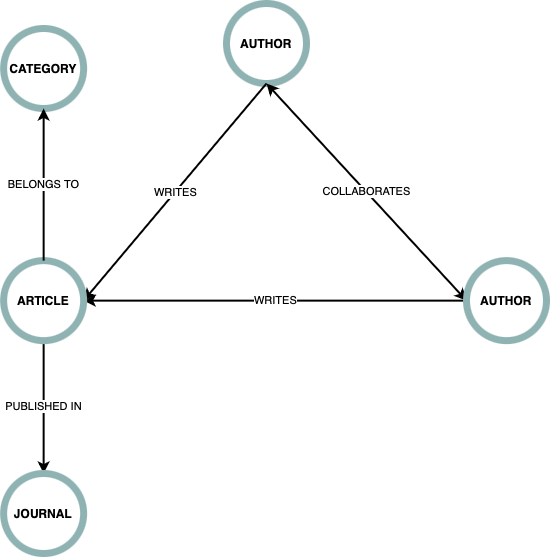
Before: images/graph_db_schema.png, a diagram exported from draw.io (qetdr/research-data-pipeline). Source tidied: cells renumbered, new cells last; positions are measured from the earlier drawing's top-left corner, leaving out a move shared by most shapes. Its diagram source:
```xml
<mxGraphModel background="#FFFFFF">
  <root>
    <mxCell id="0" />
    <mxCell id="1" parent="0" />
    <mxCell id="2" value="&lt;b&gt;AUTHOR&lt;/b&gt;" style="ellipse;whiteSpace=wrap;html=1;strokeColor=#8FB3B3;strokeWidth=7;" parent="1" vertex="1">
      <mxGeometry x="223" width="80" height="80" as="geometry" />
    </mxCell>
    <mxCell id="3" value="WRITES" style="endArrow=classic;html=1;rounded=0;strokeWidth=2;entryX=1;entryY=0.5;entryDx=0;entryDy=0;" parent="1" edge="1" target="8">
      <mxGeometry relative="1" as="geometry">
        <mxPoint x="263" y="80" as="sourcePoint" />
      </mxGeometry>
    </mxCell>
    <mxCell id="4" value="COLLABORATES" style="endArrow=classic;startArrow=classic;html=1;rounded=0;entryX=0.5;entryY=1;entryDx=0;entryDy=0;exitX=0;exitY=0.5;exitDx=0;exitDy=0;strokeWidth=2;" parent="1" edge="1" source="7" target="2">
      <mxGeometry relative="1" as="geometry" />
    </mxCell>
    <mxCell id="5" value="WRITES" style="endArrow=classic;html=1;rounded=0;exitX=0;exitY=0.5;exitDx=0;exitDy=0;endSize=6;strokeWidth=2;entryX=1;entryY=0.5;entryDx=0;entryDy=0;" parent="1" edge="1" source="7" target="8">
      <mxGeometry relative="1" as="geometry" />
    </mxCell>
    <mxCell id="6" value="PUBLISHED IN" style="endArrow=classic;html=1;rounded=0;strokeWidth=2;entryX=0.5;entryY=0;entryDx=0;entryDy=0;exitX=0.5;exitY=1;exitDx=0;exitDy=0;" parent="1" edge="1" source="8" target="9">
      <mxGeometry relative="1" as="geometry" />
    </mxCell>
    <mxCell id="7" value="&lt;b&gt;AUTHOR&lt;/b&gt;" style="ellipse;whiteSpace=wrap;html=1;strokeColor=#8FB3B3;strokeWidth=7;" parent="1" vertex="1">
      <mxGeometry x="463" y="257.1" width="80" height="80" as="geometry" />
    </mxCell>
    <mxCell id="8" value="&lt;b&gt;ARTICLE&lt;/b&gt;" style="ellipse;whiteSpace=wrap;html=1;strokeColor=#8FB3B3;strokeWidth=7;" parent="1" vertex="1">
      <mxGeometry x="0.1" y="257.1" width="80" height="80" as="geometry" />
    </mxCell>
    <mxCell id="9" value="&lt;b&gt;JOURNAL&lt;/b&gt;" style="ellipse;whiteSpace=wrap;html=1;strokeColor=#8FB3B3;strokeWidth=7;" parent="1" vertex="1">
      <mxGeometry x="0.1" y="470" width="80" height="80" as="geometry" />
    </mxCell>
    <mxCell id="10" value="&lt;b&gt;CATEGORY&lt;/b&gt;" style="ellipse;whiteSpace=wrap;html=1;strokeColor=#8FB3B3;strokeWidth=7;" parent="1" vertex="1">
      <mxGeometry x="0.1" y="25" width="80" height="80" as="geometry" />
    </mxCell>
    <mxCell id="11" value="BELONGS TO" style="endArrow=classic;html=1;rounded=0;strokeWidth=2;entryX=0.5;entryY=1;entryDx=0;entryDy=0;exitX=0.5;exitY=0;exitDx=0;exitDy=0;" parent="1" edge="1" source="8" target="10">
      <mxGeometry relative="1" as="geometry" />
    </mxCell>
  </root>
</mxGraphModel>
```
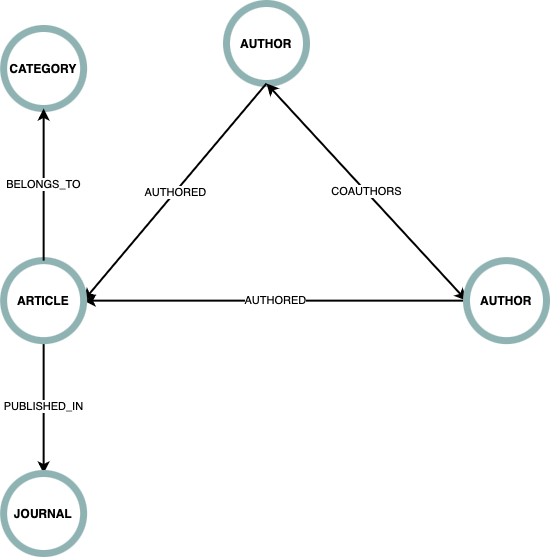
Later version of the same file.

Commit message:
updated graph db schema

Change to the diagram source:
```diff
@@ -5,18 +5,18 @@
     <mxCell id="2" value="&lt;b&gt;AUTHOR&lt;/b&gt;" style="ellipse;whiteSpace=wrap;html=1;strokeColor=#8FB3B3;strokeWidth=7;" parent="1" vertex="1">
       <mxGeometry x="223" width="80" height="80" as="geometry" />
     </mxCell>
-    <mxCell id="3" value="WRITES" style="endArrow=classic;html=1;rounded=0;strokeWidth=2;entryX=1;entryY=0.5;entryDx=0;entryDy=0;" parent="1" edge="1" target="8">
+    <mxCell id="3" value="AUTHORED" style="endArrow=classic;html=1;rounded=0;strokeWidth=2;entryX=1;entryY=0.5;entryDx=0;entryDy=0;" parent="1" edge="1" target="8">
       <mxGeometry relative="1" as="geometry">
         <mxPoint x="263" y="80" as="sourcePoint" />
       </mxGeometry>
     </mxCell>
-    <mxCell id="4" value="COLLABORATES" style="endArrow=classic;startArrow=classic;html=1;rounded=0;entryX=0.5;entryY=1;entryDx=0;entryDy=0;exitX=0;exitY=0.5;exitDx=0;exitDy=0;strokeWidth=2;" parent="1" edge="1" source="7" target="2">
+    <mxCell id="4" value="COAUTHORS" style="endArrow=classic;startArrow=classic;html=1;rounded=0;entryX=0.5;entryY=1;entryDx=0;entryDy=0;exitX=0;exitY=0.5;exitDx=0;exitDy=0;strokeWidth=2;" parent="1" edge="1" source="7" target="2">
       <mxGeometry relative="1" as="geometry" />
     </mxCell>
-    <mxCell id="5" value="WRITES" style="endArrow=classic;html=1;rounded=0;exitX=0;exitY=0.5;exitDx=0;exitDy=0;endSize=6;strokeWidth=2;entryX=1;entryY=0.5;entryDx=0;entryDy=0;" parent="1" edge="1" source="7" target="8">
+    <mxCell id="5" value="AUTHORED" style="endArrow=classic;html=1;rounded=0;exitX=0;exitY=0.5;exitDx=0;exitDy=0;endSize=6;strokeWidth=2;entryX=1;entryY=0.5;entryDx=0;entryDy=0;" parent="1" edge="1" source="7" target="8">
       <mxGeometry relative="1" as="geometry" />
     </mxCell>
-    <mxCell id="6" value="PUBLISHED IN" style="endArrow=classic;html=1;rounded=0;strokeWidth=2;entryX=0.5;entryY=0;entryDx=0;entryDy=0;exitX=0.5;exitY=1;exitDx=0;exitDy=0;" parent="1" edge="1" source="8" target="9">
+    <mxCell id="6" value="PUBLISHED_IN" style="endArrow=classic;html=1;rounded=0;strokeWidth=2;entryX=0.5;entryY=0;entryDx=0;entryDy=0;exitX=0.5;exitY=1;exitDx=0;exitDy=0;" parent="1" edge="1" source="8" target="9">
       <mxGeometry relative="1" as="geometry" />
     </mxCell>
     <mxCell id="7" value="&lt;b&gt;AUTHOR&lt;/b&gt;" style="ellipse;whiteSpace=wrap;html=1;strokeColor=#8FB3B3;strokeWidth=7;" parent="1" vertex="1">
@@ -31,7 +31,7 @@
     <mxCell id="10" value="&lt;b&gt;CATEGORY&lt;/b&gt;" style="ellipse;whiteSpace=wrap;html=1;strokeColor=#8FB3B3;strokeWidth=7;" parent="1" vertex="1">
       <mxGeometry x="0.1" y="25" width="80" height="80" as="geometry" />
     </mxCell>
-    <mxCell id="11" value="BELONGS TO" style="endArrow=classic;html=1;rounded=0;strokeWidth=2;entryX=0.5;entryY=1;entryDx=0;entryDy=0;exitX=0.5;exitY=0;exitDx=0;exitDy=0;" parent="1" edge="1" source="8" target="10">
+    <mxCell id="11" value="BELONGS_TO" style="endArrow=classic;html=1;rounded=0;strokeWidth=2;entryX=0.5;entryY=1;entryDx=0;entryDy=0;exitX=0.5;exitY=0;exitDx=0;exitDy=0;" parent="1" edge="1" source="8" target="10">
       <mxGeometry relative="1" as="geometry" />
     </mxCell>
   </root>
```
